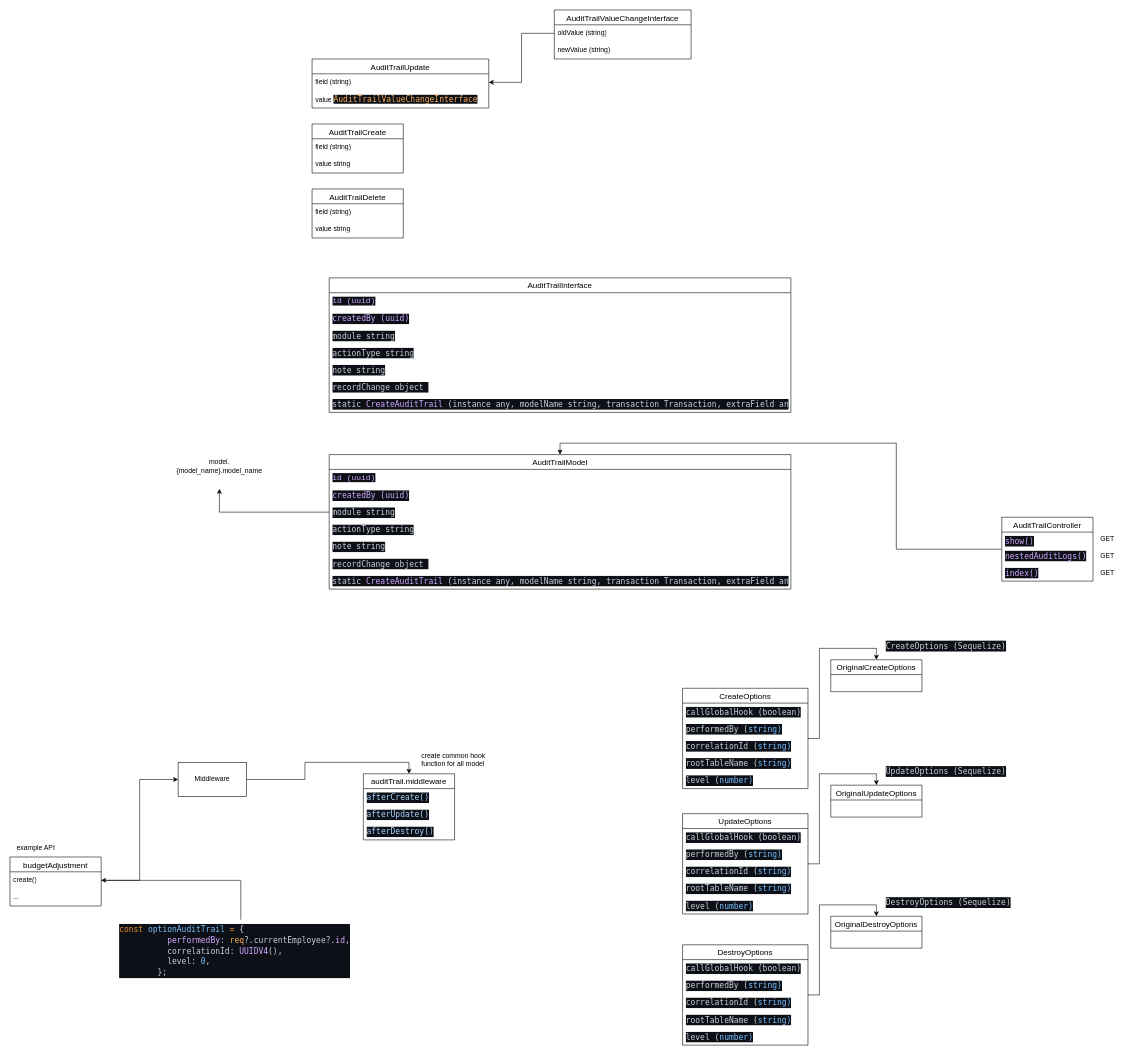
Before: tem-architecture.drawio in t1tc01/design-pattern, a draw.io diagram. Source tidied: cells renumbered, new cells numbered last; positions are measured from the earlier drawing's top-left corner, leaving out a move shared by most shapes. Both pictures are drawn from the tidied source at 57%, with x=0, y=0 at pixel (10, 10).
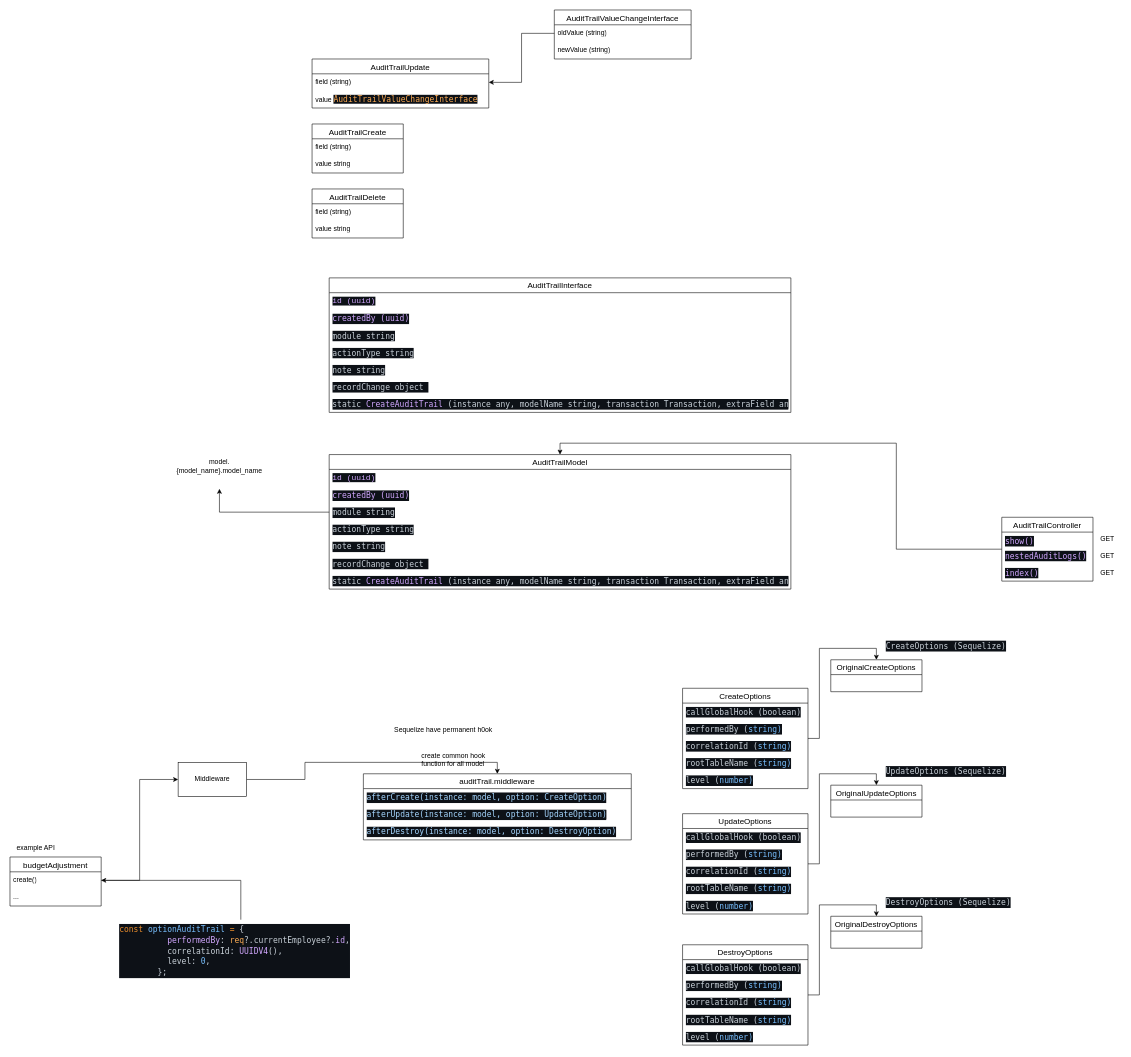
The same page after the edit.

The edit, as a diff of the source:
```diff
@@
     <mxCell id="53" value="auditTrail.middleware" style="swimlane;fontStyle=0;horizontal=1;startSize=26;align=center;fontSize=14;" parent="1" vertex="1">
-      <mxGeometry x="620" y="1340" width="160" height="116" as="geometry" />
+      <mxGeometry x="620" y="1340" width="470" height="116" as="geometry" />
     </mxCell>
-    <mxCell id="54" value="&lt;div style=&quot;color: rgb(201, 209, 217); background-color: rgb(13, 17, 23); font-family: &amp;quot;Droid Sans Mono&amp;quot;, &amp;quot;monospace&amp;quot;, monospace; font-size: 14px; line-height: 19px; white-space: pre;&quot;&gt;&lt;span style=&quot;color: rgb(165, 214, 255);&quot;&gt;afterCreate()&lt;/span&gt;&lt;/div&gt;" style="text;strokeColor=none;fillColor=none;spacingLeft=4;spacingRight=4;overflow=hidden;fontSize=12;whiteSpace=wrap;html=1;" parent="53" vertex="1">
-      <mxGeometry y="26" width="160" height="30" as="geometry" />
+    <mxCell id="54" value="&lt;div style=&quot;color: rgb(201, 209, 217); background-color: rgb(13, 17, 23); font-family: &amp;quot;Droid Sans Mono&amp;quot;, &amp;quot;monospace&amp;quot;, monospace; font-size: 14px; line-height: 19px; white-space: pre;&quot;&gt;&lt;span style=&quot;color: rgb(165, 214, 255);&quot;&gt;afterCreate(instance: model, option: CreateOption)&lt;/span&gt;&lt;/div&gt;" style="text;strokeColor=none;fillColor=none;spacingLeft=4;spacingRight=4;overflow=hidden;fontSize=12;whiteSpace=wrap;html=1;" parent="53" vertex="1">
+      <mxGeometry y="26" width="470" height="30" as="geometry" />
     </mxCell>
-    <mxCell id="55" value="&lt;div style=&quot;color: rgb(201, 209, 217); background-color: rgb(13, 17, 23); font-family: &amp;quot;Droid Sans Mono&amp;quot;, &amp;quot;monospace&amp;quot;, monospace; font-size: 14px; line-height: 19px; white-space: pre;&quot;&gt;&lt;span style=&quot;color: rgb(165, 214, 255);&quot;&gt;afterUpdate()&lt;/span&gt;&lt;/div&gt;" style="text;strokeColor=none;fillColor=none;spacingLeft=4;spacingRight=4;overflow=hidden;fontSize=12;whiteSpace=wrap;html=1;" parent="53" vertex="1">
-      <mxGeometry y="56" width="160" height="30" as="geometry" />
+    <mxCell id="55" value="&lt;div style=&quot;color: rgb(201, 209, 217); background-color: rgb(13, 17, 23); font-family: &amp;quot;Droid Sans Mono&amp;quot;, &amp;quot;monospace&amp;quot;, monospace; font-size: 14px; line-height: 19px; white-space: pre;&quot;&gt;&lt;span style=&quot;color: rgb(165, 214, 255);&quot;&gt;afterUpdate(&lt;/span&gt;&lt;span style=&quot;color: rgb(165, 214, 255);&quot;&gt;instance: model, option: UpdateOption&lt;/span&gt;&lt;span style=&quot;color: light-dark(rgb(165, 214, 255), rgb(24, 66, 101)); background-color: light-dark(rgb(13, 17, 23), rgb(220, 223, 229));&quot;&gt;)&lt;/span&gt;&lt;/div&gt;" style="text;strokeColor=none;fillColor=none;spacingLeft=4;spacingRight=4;overflow=hidden;fontSize=12;whiteSpace=wrap;html=1;" parent="53" vertex="1">
+      <mxGeometry y="56" width="470" height="30" as="geometry" />
     </mxCell>
-    <mxCell id="56" value="&lt;div style=&quot;color: rgb(201, 209, 217); background-color: rgb(13, 17, 23); font-family: &amp;quot;Droid Sans Mono&amp;quot;, &amp;quot;monospace&amp;quot;, monospace; font-size: 14px; line-height: 19px; white-space: pre;&quot;&gt;&lt;span style=&quot;color: rgb(165, 214, 255);&quot;&gt;afterDestroy()&lt;/span&gt;&lt;/div&gt;" style="text;strokeColor=none;fillColor=none;spacingLeft=4;spacingRight=4;overflow=hidden;fontSize=12;whiteSpace=wrap;html=1;" parent="53" vertex="1">
-      <mxGeometry y="86" width="160" height="30" as="geometry" />
+    <mxCell id="56" value="&lt;div style=&quot;color: rgb(201, 209, 217); background-color: rgb(13, 17, 23); font-family: &amp;quot;Droid Sans Mono&amp;quot;, &amp;quot;monospace&amp;quot;, monospace; font-size: 14px; line-height: 19px; white-space: pre;&quot;&gt;&lt;span style=&quot;color: rgb(165, 214, 255);&quot;&gt;afterDestroy(&lt;/span&gt;&lt;span style=&quot;color: rgb(165, 214, 255);&quot;&gt;instance: model, option: DestroyOption&lt;/span&gt;&lt;span style=&quot;color: light-dark(rgb(165, 214, 255), rgb(24, 66, 101)); background-color: light-dark(rgb(13, 17, 23), rgb(220, 223, 229));&quot;&gt;)&lt;/span&gt;&lt;/div&gt;" style="text;strokeColor=none;fillColor=none;spacingLeft=4;spacingRight=4;overflow=hidden;fontSize=12;whiteSpace=wrap;html=1;" parent="53" vertex="1">
+      <mxGeometry y="86" width="470" height="30" as="geometry" />
     </mxCell>
@@
+    <mxCell id="85" value="Sequelize have permanent h0ok" style="text;html=1;align=center;verticalAlign=middle;strokeColor=none;fillColor=none;" parent="1" vertex="1">
+      <mxGeometry x="660" y="1248" width="200" height="30" as="geometry" />
+    </mxCell>
```
